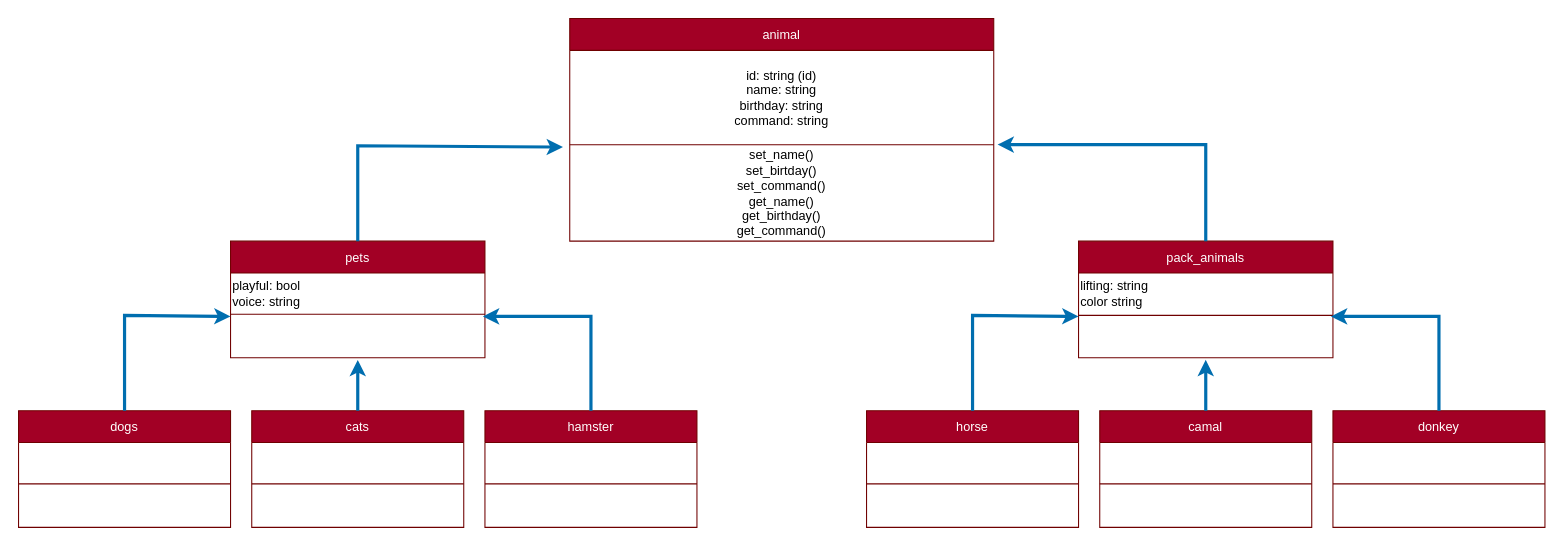
Deskardo/animal_nursery keeps this draw.io diagram as UML.drawio. Above is the earlier version. Source tidied: cells renumbered, new cells numbered last; positions are measured from the earlier drawing's top-left corner, leaving out a move shared by most shapes. Both pictures are drawn from the tidied source at 106%, with x=0, y=0 at pixel (18, 18).
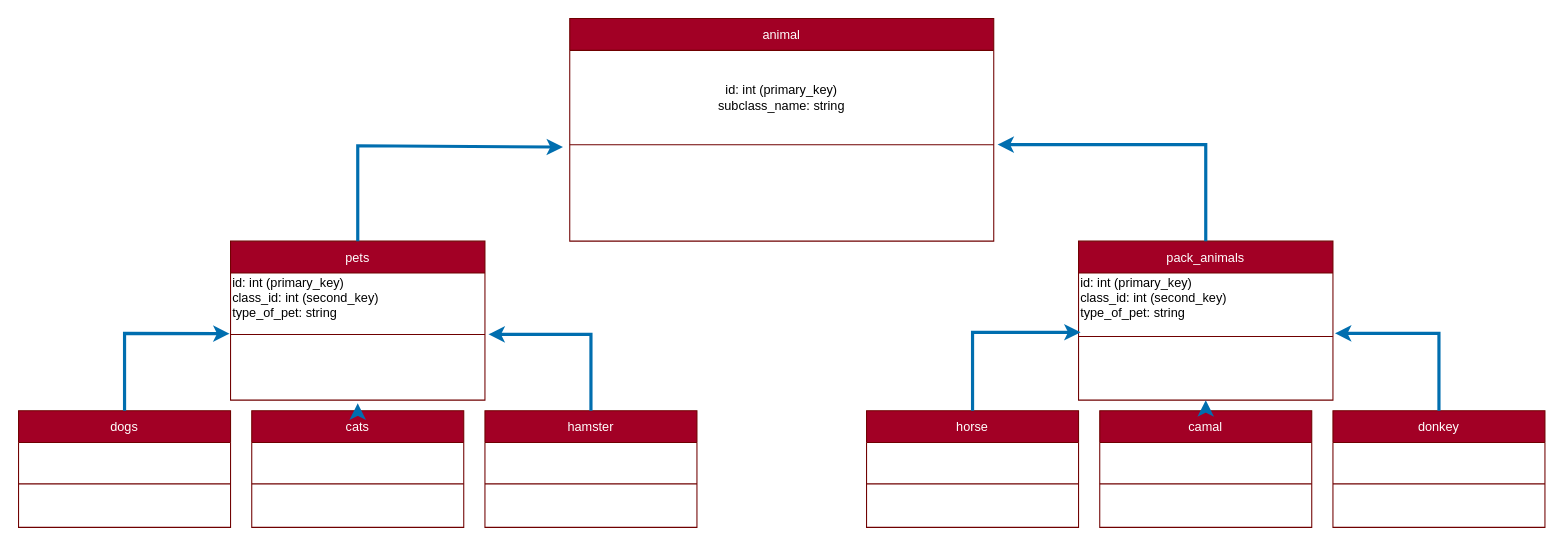
Above is the later version.

Commit message (it also covers changes not shown here):
start_2_OOP create_diagramm

The change refers to these unchanged cells:
```xml
<mxCell id="3" style="shape=tableRow;horizontal=0;startSize=0;swimlaneHead=0;swimlaneBody=0;top=0;left=0;bottom=0;right=0;fillColor=none;" parent="2" vertex="1">
  <mxGeometry y="30" width="400" height="89" as="geometry" />
</mxCell>
<mxCell id="5" style="shape=tableRow;horizontal=0;startSize=0;swimlaneHead=0;swimlaneBody=0;top=0;left=0;bottom=0;right=0;fillColor=none;points=[[0,0.5],[1,0.5]];portConstraint=eastwest;" parent="2" vertex="1">
  <mxGeometry y="119" width="400" height="91" as="geometry" />
</mxCell>
<mxCell id="19" value="hamster" style="shape=table;startSize=30;childLayout=tableLayout;fillColor=#a20025;fontColor=#ffffff;strokeColor=#6F0000;" parent="1" vertex="1">
  <mxGeometry x="440" y="370" width="200" height="110" as="geometry" />
</mxCell>
<mxCell id="29" value="dogs" style="shape=table;startSize=30;childLayout=tableLayout;fillColor=#a20025;fontColor=#ffffff;strokeColor=#6F0000;" parent="1" vertex="1">
  <mxGeometry y="370" width="200" height="110" as="geometry" />
</mxCell>
```

Diff of the diagram source:
```diff
@@
-    <mxCell id="4" value="id: string (id)&lt;br&gt;name: string&lt;br&gt;birthday: string&lt;br&gt;command: string" style="shape=partialRectangle;html=1;whiteSpace=wrap;overflow=hidden;fillColor=none;top=0;left=0;bottom=0;right=0;align=center;" parent="3" vertex="1">
+    <mxCell id="4" value="id: int (primary_key)&lt;br&gt;subclass_name: string" style="shape=partialRectangle;html=1;whiteSpace=wrap;overflow=hidden;fillColor=none;top=0;left=0;bottom=0;right=0;align=center;" parent="3" vertex="1">
       <mxGeometry width="400" height="89" as="geometry" />
     </mxCell>
@@
-    <mxCell id="6" value="&lt;div style=&quot;&quot;&gt;&lt;span style=&quot;background-color: initial;&quot;&gt;set_name()&lt;/span&gt;&lt;/div&gt;&lt;div style=&quot;&quot;&gt;&lt;span style=&quot;background-color: initial;&quot;&gt;set_birtday()&lt;/span&gt;&lt;/div&gt;&lt;div style=&quot;&quot;&gt;&lt;span style=&quot;background-color: initial;&quot;&gt;set_command()&lt;/span&gt;&lt;/div&gt;&lt;div style=&quot;&quot;&gt;&lt;span style=&quot;background-color: initial;&quot;&gt;get_name()&lt;/span&gt;&lt;/div&gt;&lt;div style=&quot;&quot;&gt;&lt;span style=&quot;background-color: initial;&quot;&gt;get_birthday()&lt;/span&gt;&lt;/div&gt;&lt;div style=&quot;&quot;&gt;&lt;span style=&quot;background-color: initial;&quot;&gt;get_command()&lt;/span&gt;&lt;/div&gt;" style="shape=partialRectangle;html=1;whiteSpace=wrap;overflow=hidden;fillColor=none;top=0;left=0;bottom=0;right=0;align=center;" parent="5" vertex="1">
+    <mxCell id="6" value="&lt;div style=&quot;&quot;&gt;&lt;br&gt;&lt;/div&gt;" style="shape=partialRectangle;html=1;whiteSpace=wrap;overflow=hidden;fillColor=none;top=0;left=0;bottom=0;right=0;align=center;" parent="5" vertex="1">
       <mxGeometry width="400" height="91" as="geometry" />
     </mxCell>
     <mxCell id="7" value="pets" style="shape=table;startSize=30;childLayout=tableLayout;fillColor=#a20025;fontColor=#ffffff;strokeColor=#6F0000;" parent="1" vertex="1">
-      <mxGeometry x="200" y="210" width="240" height="110" as="geometry" />
+      <mxGeometry x="200" y="210" width="240" height="150" as="geometry" />
     </mxCell>
     <mxCell id="8" style="shape=tableRow;horizontal=0;startSize=0;swimlaneHead=0;swimlaneBody=0;top=0;left=0;bottom=0;right=0;fillColor=none;" parent="7" vertex="1">
-      <mxGeometry y="30" width="240" height="39" as="geometry" />
+      <mxGeometry y="30" width="240" height="58" as="geometry" />
     </mxCell>
-    <mxCell id="9" value="playful: bool&lt;br&gt;voice: string" style="shape=partialRectangle;html=1;whiteSpace=wrap;overflow=hidden;fillColor=none;top=0;left=0;bottom=0;right=0;align=left;" parent="8" vertex="1">
-      <mxGeometry width="240" height="39" as="geometry" />
+    <mxCell id="9" value="id&lt;span style=&quot;text-align: center;&quot;&gt;: int (primary_key)&lt;br&gt;class_id: int (second_key)&lt;br&gt;&lt;/span&gt;type_of_pet: string&lt;br&gt;&amp;nbsp;" style="shape=partialRectangle;html=1;whiteSpace=wrap;overflow=hidden;fillColor=none;top=0;left=0;bottom=0;right=0;align=left;" parent="8" vertex="1">
+      <mxGeometry width="240" height="58" as="geometry" />
     </mxCell>
     <mxCell id="10" style="shape=tableRow;horizontal=0;startSize=0;swimlaneHead=0;swimlaneBody=0;top=0;left=0;bottom=0;right=0;fillColor=none;points=[[0,0.5],[1,0.5]];portConstraint=eastwest;" parent="7" vertex="1">
-      <mxGeometry y="69" width="240" height="41" as="geometry" />
+      <mxGeometry y="88" width="240" height="62" as="geometry" />
     </mxCell>
     <mxCell id="11" value="&lt;div style=&quot;&quot;&gt;&lt;br&gt;&lt;/div&gt;" style="shape=partialRectangle;html=1;whiteSpace=wrap;overflow=hidden;fillColor=none;top=0;left=0;bottom=0;right=0;align=left;" parent="10" vertex="1">
-      <mxGeometry width="240" height="41" as="geometry" />
+      <mxGeometry width="240" height="62" as="geometry" />
     </mxCell>
     <mxCell id="12" value="pack_animals" style="shape=table;startSize=30;childLayout=tableLayout;fillColor=#a20025;fontColor=#ffffff;strokeColor=#6F0000;" parent="1" vertex="1">
-      <mxGeometry x="1000" y="210" width="240" height="110" as="geometry" />
+      <mxGeometry x="1000" y="210" width="240" height="150" as="geometry" />
     </mxCell>
     <mxCell id="13" style="shape=tableRow;horizontal=0;startSize=0;swimlaneHead=0;swimlaneBody=0;top=0;left=0;bottom=0;right=0;fillColor=none;points=[[0,0.5],[1,0.5]];portConstraint=eastwest;" parent="12" vertex="1">
-      <mxGeometry y="30" width="240" height="40" as="geometry" />
+      <mxGeometry y="30" width="240" height="60" as="geometry" />
     </mxCell>
-    <mxCell id="14" value="&lt;span style=&quot;background-color: initial;&quot;&gt;lifting&lt;/span&gt;: string&lt;br&gt;color string&lt;br&gt;" style="shape=partialRectangle;html=1;whiteSpace=wrap;overflow=hidden;fillColor=none;top=0;left=0;bottom=0;right=0;align=left;" parent="13" vertex="1">
-      <mxGeometry width="240" height="40" as="geometry" />
+    <mxCell id="14" value="id&lt;span style=&quot;text-align: center;&quot;&gt;: int (primary_key)&lt;br&gt;class_id: int (second_key)&lt;br&gt;&lt;/span&gt;type_of_pet: string&lt;br&gt;&amp;nbsp;" style="shape=partialRectangle;html=1;whiteSpace=wrap;overflow=hidden;fillColor=none;top=0;left=0;bottom=0;right=0;align=left;" parent="13" vertex="1">
+      <mxGeometry width="240" height="60" as="geometry" />
     </mxCell>
     <mxCell id="15" style="shape=tableRow;horizontal=0;startSize=0;swimlaneHead=0;swimlaneBody=0;top=0;left=0;bottom=0;right=0;fillColor=none;" parent="12" vertex="1">
-      <mxGeometry y="70" width="240" height="40" as="geometry" />
+      <mxGeometry y="90" width="240" height="60" as="geometry" />
     </mxCell>
     <mxCell id="16" value="&lt;div style=&quot;&quot;&gt;&lt;br&gt;&lt;/div&gt;" style="shape=partialRectangle;html=1;whiteSpace=wrap;overflow=hidden;fillColor=none;top=0;left=0;bottom=0;right=0;align=left;" parent="15" vertex="1">
-      <mxGeometry width="240" height="40" as="geometry" />
+      <mxGeometry width="240" height="60" as="geometry" />
     </mxCell>
@@
-    <mxCell id="50" style="endArrow=classic;html=1;rounded=0;exitX=0.5;exitY=0;exitDx=0;exitDy=0;entryX=0.992;entryY=0.049;entryDx=0;entryDy=0;entryPerimeter=0;fillColor=#1ba1e2;strokeColor=#006EAF;strokeWidth=3;" parent="1" edge="1" source="19" target="10">
+    <mxCell id="50" style="endArrow=classic;html=1;rounded=0;exitX=0.5;exitY=0;exitDx=0;exitDy=0;entryX=1.014;entryY=-0.001;entryDx=0;entryDy=0;entryPerimeter=0;fillColor=#1ba1e2;strokeColor=#006EAF;strokeWidth=3;" parent="1" edge="1" source="19" target="10">
       <mxGeometry relative="1" as="geometry">
         <Array as="points">
-          <mxPoint x="540" y="281" />
+          <mxPoint x="540" y="298" />
         </Array>
       </mxGeometry>
     </mxCell>
-    <mxCell id="51" style="endArrow=classic;html=1;rounded=0;exitX=0.5;exitY=0;exitDx=0;exitDy=0;fillColor=#1ba1e2;strokeColor=#006EAF;strokeWidth=3;" parent="1" edge="1" source="29">
+    <mxCell id="51" style="endArrow=classic;html=1;rounded=0;exitX=0.5;exitY=0;exitDx=0;exitDy=0;fillColor=#1ba1e2;strokeColor=#006EAF;strokeWidth=3;entryX=-0.004;entryY=-0.012;entryDx=0;entryDy=0;entryPerimeter=0;" parent="1" edge="1" source="29" target="10">
       <mxGeometry relative="1" as="geometry">
-        <mxPoint x="200" y="281" as="targetPoint" />
         <Array as="points">
-          <mxPoint x="100" y="280" />
+          <mxPoint x="100" y="297" />
         </Array>
       </mxGeometry>
     </mxCell>
-    <mxCell id="52" style="endArrow=classic;html=1;rounded=0;exitX=0.5;exitY=0;exitDx=0;exitDy=0;entryX=0.5;entryY=1.049;entryDx=0;entryDy=0;entryPerimeter=0;fillColor=#1ba1e2;strokeColor=#006EAF;strokeWidth=3;" parent="1" edge="1">
+    <mxCell id="52" style="endArrow=classic;html=1;rounded=0;exitX=0.5;exitY=0;exitDx=0;exitDy=0;fillColor=#1ba1e2;strokeColor=#006EAF;strokeWidth=3;" parent="1" edge="1">
       <mxGeometry relative="1" as="geometry">
         <mxPoint x="1120" y="370" as="sourcePoint" />
-        <mxPoint x="1120" y="322" as="targetPoint" />
+        <mxPoint x="1120" y="360" as="targetPoint" />
       </mxGeometry>
     </mxCell>
-    <mxCell id="53" style="endArrow=classic;html=1;rounded=0;exitX=0.5;exitY=0;exitDx=0;exitDy=0;entryX=0.992;entryY=0.049;entryDx=0;entryDy=0;entryPerimeter=0;fillColor=#1ba1e2;strokeColor=#006EAF;strokeWidth=3;" parent="1" edge="1">
+    <mxCell id="53" style="endArrow=classic;html=1;rounded=0;exitX=0.5;exitY=0;exitDx=0;exitDy=0;entryX=1.008;entryY=0.95;entryDx=0;entryDy=0;entryPerimeter=0;fillColor=#1ba1e2;strokeColor=#006EAF;strokeWidth=3;" parent="1" edge="1" target="13">
       <mxGeometry relative="1" as="geometry">
         <mxPoint x="1340" y="370" as="sourcePoint" />
-        <mxPoint x="1238.1" y="281" as="targetPoint" />
         <Array as="points">
-          <mxPoint x="1340" y="281" />
+          <mxPoint x="1340" y="297" />
         </Array>
       </mxGeometry>
     </mxCell>
-    <mxCell id="54" style="endArrow=classic;html=1;rounded=0;exitX=0.5;exitY=0;exitDx=0;exitDy=0;fillColor=#1ba1e2;strokeColor=#006EAF;strokeWidth=3;" parent="1" edge="1">
+    <mxCell id="54" style="endArrow=classic;html=1;rounded=0;exitX=0.5;exitY=0;exitDx=0;exitDy=0;fillColor=#1ba1e2;strokeColor=#006EAF;strokeWidth=3;entryX=0.008;entryY=0.933;entryDx=0;entryDy=0;entryPerimeter=0;" parent="1" edge="1" target="13">
       <mxGeometry relative="1" as="geometry">
         <mxPoint x="900" y="370" as="sourcePoint" />
-        <mxPoint x="1000" y="281" as="targetPoint" />
         <Array as="points">
-          <mxPoint x="900" y="280" />
+          <mxPoint x="900" y="296" />
         </Array>
       </mxGeometry>
     </mxCell>
```
